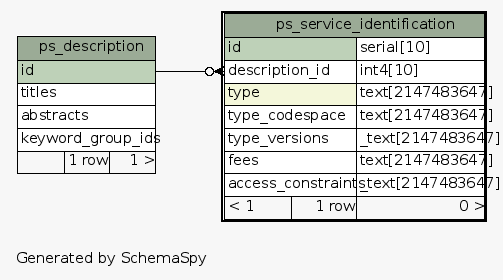
This is manuals_and_examples/manuals/doc-petascope/dbschema/schema/diagrams/ps_service_identification.1degree.png from kalxas/rasdaman, a Graphviz export, as it was before one commit. Its source is kept beside it as manuals_and_examples/manuals/doc-petascope/dbschema/schema/diagrams/ps_service_identification.1degree.dot. The source it was exported from:
```dot
digraph "oneDegreeRelationshipsDiagram" {
  graph [
    rankdir="RL"
    bgcolor="#f7f7f7"
    label="\nGenerated by SchemaSpy"
    labeljust="l"
    nodesep="0.18"
    ranksep="0.46"
    fontname="Helvetica"
    fontsize="11"
  ];
  node [
    fontname="Helvetica"
    fontsize="11"
    shape="plaintext"
  ];
  edge [
    arrowsize="0.8"
  ];
  "ps_service_identification":"description_id":w -> "ps_description":"id":e [arrowhead=none dir=back arrowtail=crowodot];
  "ps_description" [
    label=<
    <TABLE BORDER="0" CELLBORDER="1" CELLSPACING="0" BGCOLOR="#ffffff">
      <TR><TD COLSPAN="3" BGCOLOR="#9bab96" ALIGN="CENTER">ps_description</TD></TR>
      <TR><TD PORT="id" COLSPAN="3" BGCOLOR="#bed1b8" ALIGN="LEFT">id</TD></TR>
      <TR><TD PORT="titles" COLSPAN="3" ALIGN="LEFT">titles</TD></TR>
      <TR><TD PORT="abstracts" COLSPAN="3" ALIGN="LEFT">abstracts</TD></TR>
      <TR><TD PORT="keyword_group_ids" COLSPAN="3" ALIGN="LEFT">keyword_group_ids</TD></TR>
      <TR><TD ALIGN="LEFT" BGCOLOR="#f7f7f7">  </TD><TD ALIGN="RIGHT" BGCOLOR="#f7f7f7">1 row</TD><TD ALIGN="RIGHT" BGCOLOR="#f7f7f7">1 &gt;</TD></TR>
    </TABLE>>
    URL="ps_description.html"
    tooltip="ps_description"
  ];
  "ps_service_identification" [
    label=<
    <TABLE BORDER="2" CELLBORDER="1" CELLSPACING="0" BGCOLOR="#ffffff">
      <TR><TD COLSPAN="3" BGCOLOR="#9bab96" ALIGN="CENTER">ps_service_identification</TD></TR>
      <TR><TD PORT="id" COLSPAN="2" BGCOLOR="#bed1b8" ALIGN="LEFT">id</TD><TD PORT="id.type" ALIGN="LEFT">serial[10]</TD></TR>
      <TR><TD PORT="description_id" COLSPAN="2" ALIGN="LEFT">description_id</TD><TD PORT="description_id.type" ALIGN="LEFT">int4[10]</TD></TR>
      <TR><TD PORT="type" COLSPAN="2" BGCOLOR="#f4f7da" ALIGN="LEFT">type</TD><TD PORT="type.type" ALIGN="LEFT">text[2147483647]</TD></TR>
      <TR><TD PORT="type_codespace" COLSPAN="2" ALIGN="LEFT">type_codespace</TD><TD PORT="type_codespace.type" ALIGN="LEFT">text[2147483647]</TD></TR>
      <TR><TD PORT="type_versions" COLSPAN="2" ALIGN="LEFT">type_versions</TD><TD PORT="type_versions.type" ALIGN="LEFT">_text[2147483647]</TD></TR>
      <TR><TD PORT="fees" COLSPAN="2" ALIGN="LEFT">fees</TD><TD PORT="fees.type" ALIGN="LEFT">text[2147483647]</TD></TR>
      <TR><TD PORT="access_constraints" COLSPAN="2" ALIGN="LEFT">access_constraints</TD><TD PORT="access_constraints.type" ALIGN="LEFT">_text[2147483647]</TD></TR>
      <TR><TD ALIGN="LEFT" BGCOLOR="#f7f7f7">&lt; 1</TD><TD ALIGN="RIGHT" BGCOLOR="#f7f7f7">1 row</TD><TD ALIGN="RIGHT" BGCOLOR="#f7f7f7">0 &gt;</TD></TR>
    </TABLE>>
    URL="ps_service_identification.html"
    tooltip="ps_service_identification"
  ];
}
```
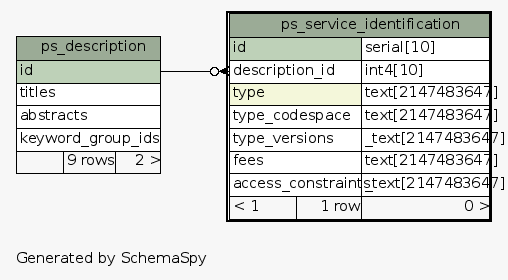
The same file after the commit.

Change to the diagram source:
```diff
@@ -26,7 +26,7 @@
       <TR><TD PORT="titles" COLSPAN="3" ALIGN="LEFT">titles</TD></TR>
       <TR><TD PORT="abstracts" COLSPAN="3" ALIGN="LEFT">abstracts</TD></TR>
       <TR><TD PORT="keyword_group_ids" COLSPAN="3" ALIGN="LEFT">keyword_group_ids</TD></TR>
-      <TR><TD ALIGN="LEFT" BGCOLOR="#f7f7f7">  </TD><TD ALIGN="RIGHT" BGCOLOR="#f7f7f7">1 row</TD><TD ALIGN="RIGHT" BGCOLOR="#f7f7f7">1 &gt;</TD></TR>
+      <TR><TD ALIGN="LEFT" BGCOLOR="#f7f7f7">  </TD><TD ALIGN="RIGHT" BGCOLOR="#f7f7f7">9 rows</TD><TD ALIGN="RIGHT" BGCOLOR="#f7f7f7">2 &gt;</TD></TR>
     </TABLE>>
     URL="ps_description.html"
     tooltip="ps_description"
```
